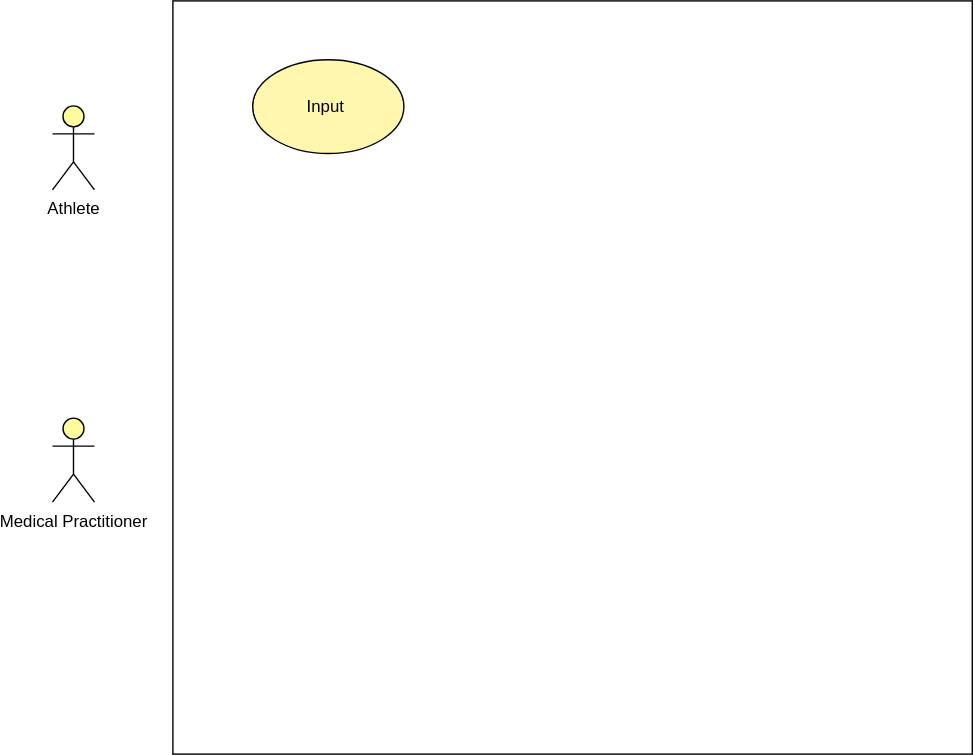
This is Use Case.drawio.svg from Awesomenaut/Sport-Concussion-Assessment-System-Project, a draw.io export, as it was before one commit. Source tidied: cells renumbered, new cells last; positions are measured from the earlier drawing's top-left corner, leaving out a move shared by most shapes. Source of this version:
```xml
<mxGraphModel background="#ffffff">
  <root>
    <mxCell id="0" />
    <mxCell id="1" parent="0" />
    <mxCell id="2" value="&lt;font color=&quot;#000000&quot;&gt;Athlete&lt;/font&gt;" style="shape=umlActor;verticalLabelPosition=bottom;verticalAlign=top;html=1;fillColor=#FFFC9E;strokeColor=#000000;shadow=0;gradientColor=none;" parent="1" vertex="1">
      <mxGeometry y="75" width="30" height="60" as="geometry" />
    </mxCell>
    <mxCell id="3" value="&lt;font color=&quot;#000000&quot;&gt;Medical Practitioner&lt;br&gt;&lt;/font&gt;" style="shape=umlActor;verticalLabelPosition=bottom;verticalAlign=top;html=1;fillColor=#FFFC9E;strokeColor=#000000;shadow=0;gradientColor=none;" parent="1" vertex="1">
      <mxGeometry y="298" width="30" height="60" as="geometry" />
    </mxCell>
    <mxCell id="4" style="rounded=0;whiteSpace=wrap;html=1;fillColor=none;strokeColor=#000000;" parent="1" vertex="1">
      <mxGeometry x="86" width="571" height="538" as="geometry" />
    </mxCell>
    <mxCell id="5" value="&lt;font color=&quot;#000000&quot;&gt;Input&amp;nbsp;&lt;/font&gt;" style="ellipse;whiteSpace=wrap;html=1;fillColor=#FFF7AD;gradientColor=none;strokeColor=#000000;" parent="1" vertex="1">
      <mxGeometry x="143" y="42" width="108" height="67" as="geometry" />
    </mxCell>
  </root>
</mxGraphModel>
```
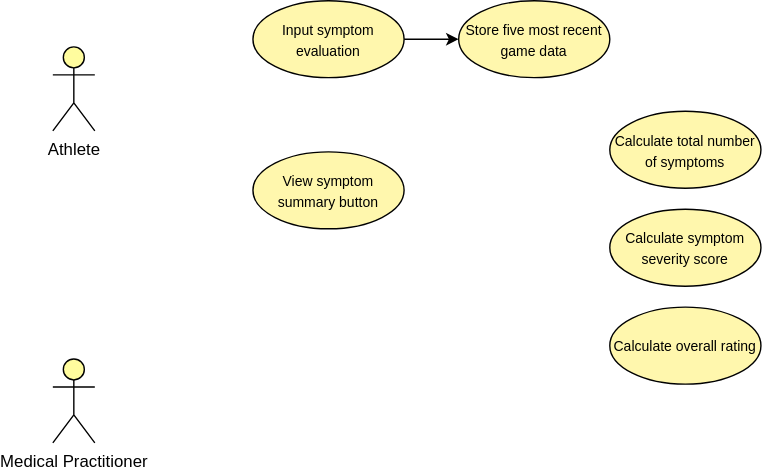
Later version of the same file.

The edit, as a diff of the source:
```diff
@@ -8,11 +8,26 @@
     <mxCell id="3" value="&lt;font color=&quot;#000000&quot;&gt;Medical Practitioner&lt;br&gt;&lt;/font&gt;" style="shape=umlActor;verticalLabelPosition=bottom;verticalAlign=top;html=1;fillColor=#FFFC9E;strokeColor=#000000;shadow=0;gradientColor=none;" parent="1" vertex="1">
       <mxGeometry y="298" width="30" height="60" as="geometry" />
     </mxCell>
-    <mxCell id="4" style="rounded=0;whiteSpace=wrap;html=1;fillColor=none;strokeColor=#000000;" parent="1" vertex="1">
-      <mxGeometry x="86" width="571" height="538" as="geometry" />
-    </mxCell>
+    <mxCell id="6" style="edgeStyle=orthogonalEdgeStyle;rounded=0;jettySize=auto;html=1;exitX=1;exitY=0.5;exitDx=0;exitDy=0;entryX=0;entryY=0.5;entryDx=0;entryDy=0;strokeColor=#000000;" parent="1" edge="1" source="5" target="7">
+      <mxGeometry relative="1" as="geometry" />
+    </mxCell>
-    <mxCell id="5" value="&lt;font color=&quot;#000000&quot;&gt;Input&amp;nbsp;&lt;/font&gt;" style="ellipse;whiteSpace=wrap;html=1;fillColor=#FFF7AD;gradientColor=none;strokeColor=#000000;" parent="1" vertex="1">
-      <mxGeometry x="143" y="42" width="108" height="67" as="geometry" />
+    <mxCell id="5" value="&lt;font style=&quot;font-size: 10px;&quot; color=&quot;#000000&quot;&gt;Input symptom evaluation&lt;/font&gt;" style="ellipse;whiteSpace=wrap;html=1;fillColor=#FFF7AD;gradientColor=none;strokeColor=#000000;" parent="1" vertex="1">
+      <mxGeometry x="143" y="42" width="108" height="55" as="geometry" />
     </mxCell>
+    <mxCell id="7" value="&lt;font style=&quot;font-size: 10px;&quot; color=&quot;#000000&quot;&gt;Store five most recent game data&lt;/font&gt;" style="ellipse;whiteSpace=wrap;html=1;fillColor=#FFF7AD;gradientColor=none;strokeColor=#000000;" parent="1" vertex="1">
+      <mxGeometry x="290" y="42" width="108" height="55" as="geometry" />
+    </mxCell>
+    <mxCell id="8" value="&lt;font color=&quot;#000000&quot;&gt;&lt;font style=&quot;font-size: 10px;&quot;&gt;View symptom summary button&lt;/font&gt;&lt;br&gt;&lt;/font&gt;" style="ellipse;whiteSpace=wrap;html=1;fillColor=#FFF7AD;gradientColor=none;strokeColor=#000000;" parent="1" vertex="1">
+      <mxGeometry x="143" y="150" width="108" height="55" as="geometry" />
+    </mxCell>
+    <mxCell id="9" value="&lt;font color=&quot;#000000&quot;&gt;&lt;font style=&quot;font-size: 10px;&quot;&gt;Calculate total number of symptoms&lt;/font&gt;&lt;br&gt;&lt;/font&gt;" style="ellipse;whiteSpace=wrap;html=1;fillColor=#FFF7AD;gradientColor=none;strokeColor=#000000;" parent="1" vertex="1">
+      <mxGeometry x="398" y="121" width="108" height="55" as="geometry" />
+    </mxCell>
+    <mxCell id="10" value="&lt;font color=&quot;#000000&quot;&gt;&lt;span style=&quot;font-size: 10px;&quot;&gt;Calculate symptom severity score&lt;/span&gt;&lt;br&gt;&lt;/font&gt;" style="ellipse;whiteSpace=wrap;html=1;fillColor=#FFF7AD;gradientColor=none;strokeColor=#000000;" parent="1" vertex="1">
+      <mxGeometry x="398" y="191" width="108" height="55" as="geometry" />
+    </mxCell>
+    <mxCell id="11" value="&lt;font color=&quot;#000000&quot;&gt;&lt;span style=&quot;font-size: 10px;&quot;&gt;Calculate overall rating&lt;/span&gt;&lt;br&gt;&lt;/font&gt;" style="ellipse;whiteSpace=wrap;html=1;fillColor=#FFF7AD;gradientColor=none;strokeColor=#000000;" parent="1" vertex="1">
+      <mxGeometry x="398" y="261" width="108" height="55" as="geometry" />
+    </mxCell>
   </root>
 </mxGraphModel>
```
